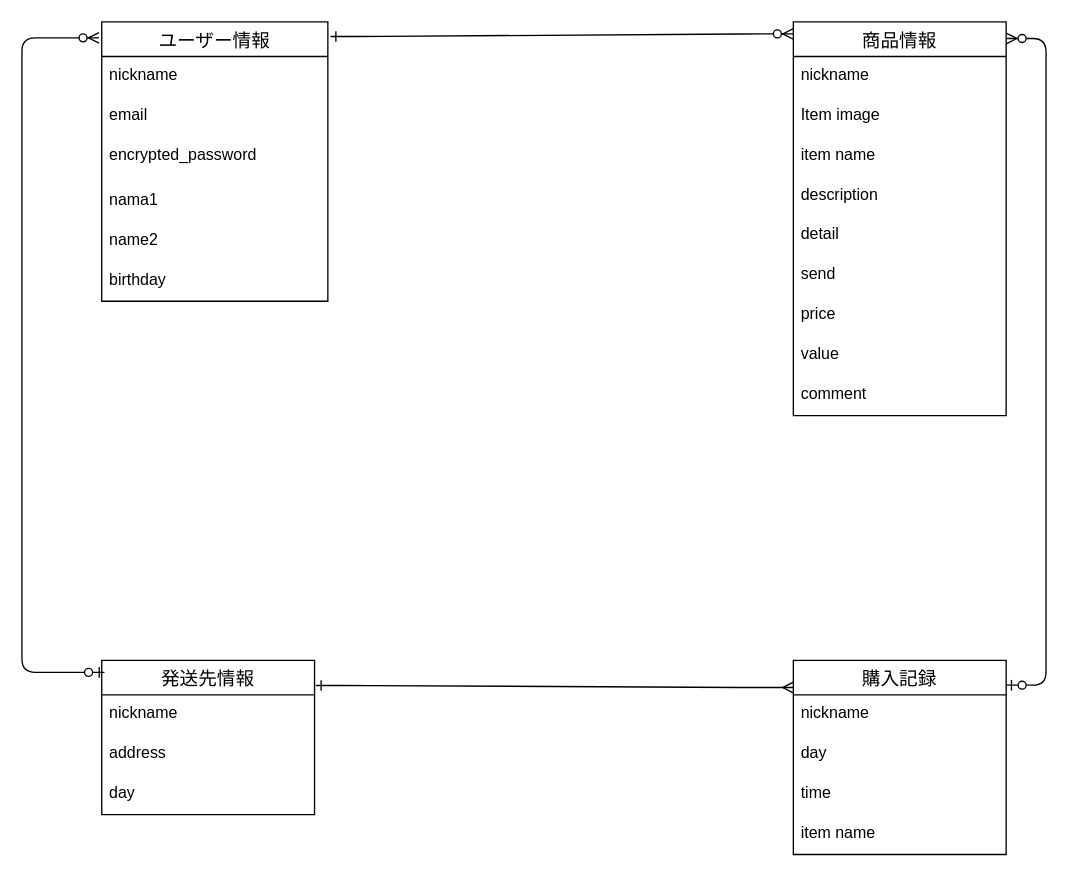
The draw.io diagram furima.dio in ootaketetsuyuki/furima-39836, before the edit. Source tidied: cells renumbered, new cells numbered last; positions are measured from the earlier drawing's top-left corner, leaving out a move shared by most shapes. Both pictures are drawn from the tidied source at 133%, with x=0, y=0 at pixel (21, 21).
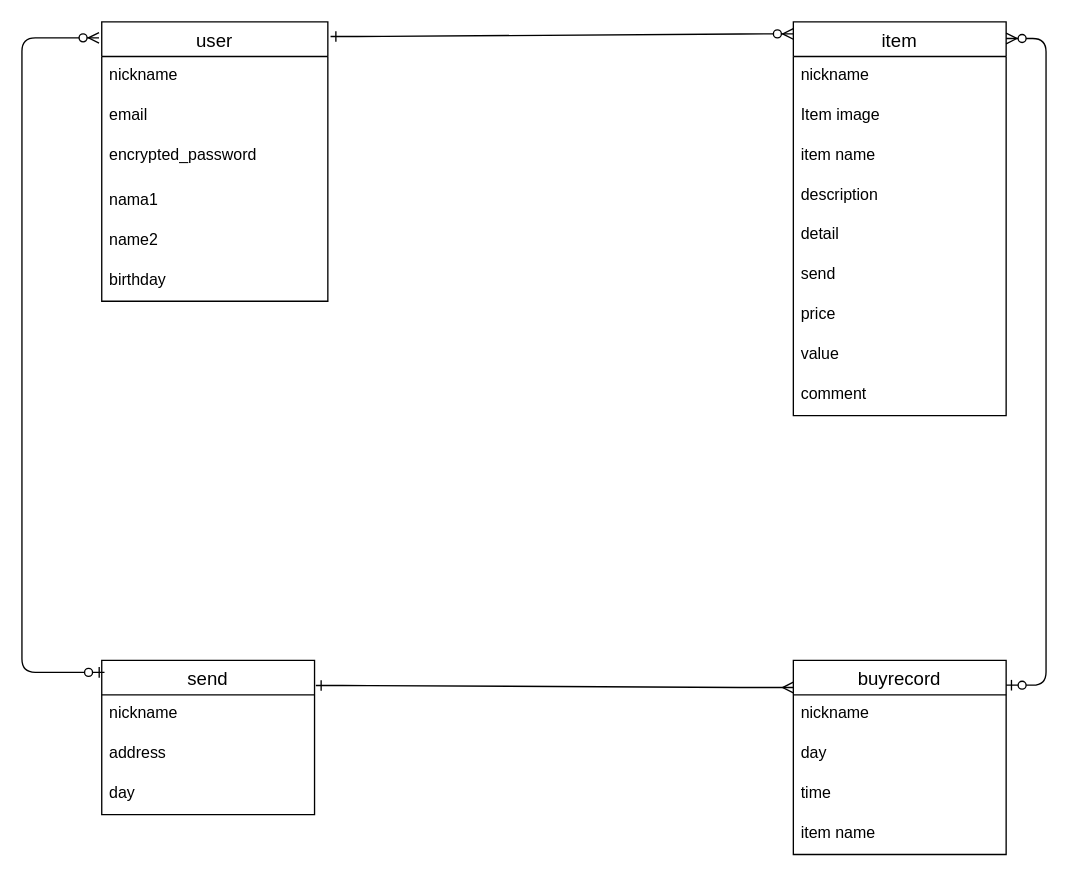
After the change.

Change to the diagram source:
```diff
@@
-    <mxCell id="2" value="ユーザー情報" style="swimlane;fontStyle=0;horizontal=1;startSize=26;align=center;fontSize=14;" parent="1" vertex="1">
+    <mxCell id="2" value="user" style="swimlane;fontStyle=0;horizontal=1;startSize=26;align=center;fontSize=14;" parent="1" vertex="1">
       <mxGeometry x="60" width="170" height="210" as="geometry" />
     </mxCell>
@@
-    <mxCell id="9" value="商品情報" style="swimlane;fontStyle=0;horizontal=1;startSize=26;align=center;fontSize=14;" parent="1" vertex="1">
+    <mxCell id="9" value="item" style="swimlane;fontStyle=0;horizontal=1;startSize=26;align=center;fontSize=14;" parent="1" vertex="1">
       <mxGeometry x="580" width="160" height="296" as="geometry" />
     </mxCell>
@@
-    <mxCell id="19" value="発送先情報" style="swimlane;fontStyle=0;horizontal=1;startSize=26;align=center;fontSize=14;" parent="1" vertex="1">
+    <mxCell id="19" value="send" style="swimlane;fontStyle=0;horizontal=1;startSize=26;align=center;fontSize=14;" parent="1" vertex="1">
       <mxGeometry x="60" y="480" width="160" height="116" as="geometry" />
     </mxCell>
@@
-    <mxCell id="23" value="購入記録" style="swimlane;fontStyle=0;horizontal=1;startSize=26;align=center;fontSize=14;" parent="1" vertex="1">
+    <mxCell id="23" value="buyrecord" style="swimlane;fontStyle=0;horizontal=1;startSize=26;align=center;fontSize=14;" parent="1" vertex="1">
       <mxGeometry x="580" y="480" width="160" height="146" as="geometry" />
     </mxCell>
```
